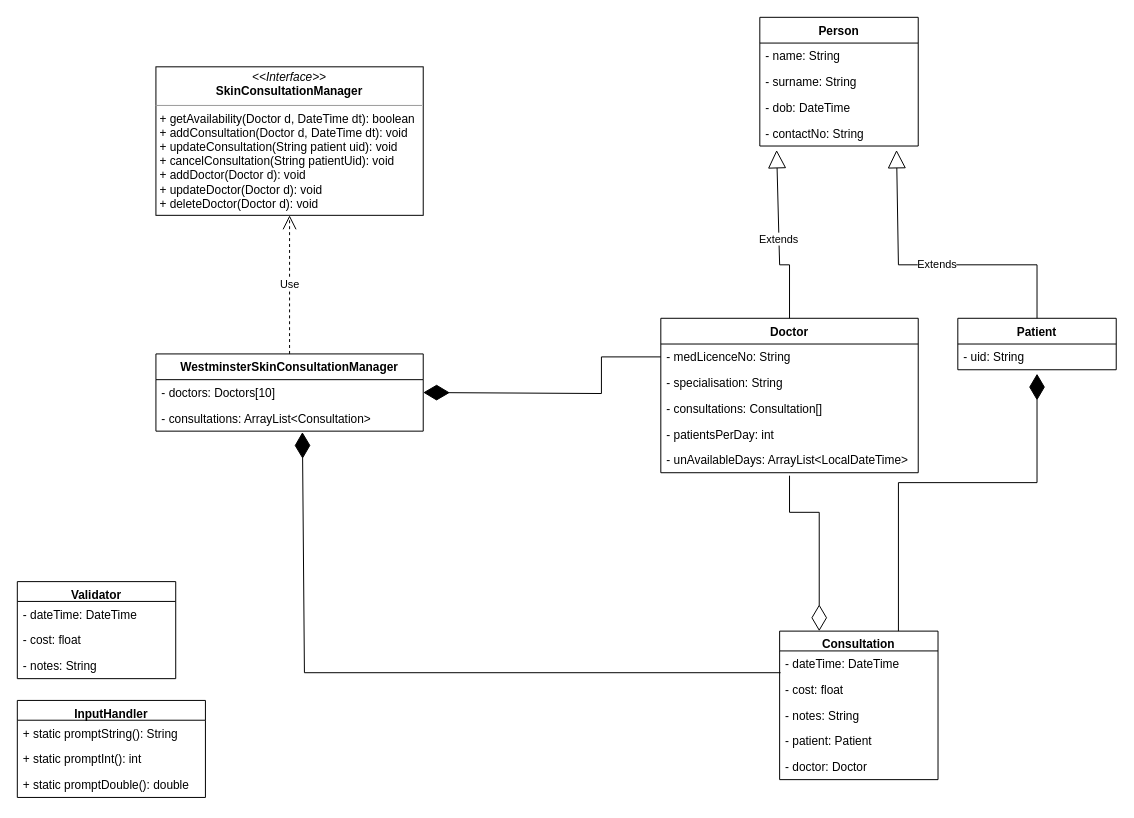
dovh-me/oop-consultationManager keeps this draw.io diagram as page "class diagram" (1 of 3) of design/Untitled Diagram.drawio. Above is the earlier version. Source tidied: cells renumbered, new cells numbered last; positions are measured from the earlier drawing's top-left corner, leaving out a move shared by most shapes. Both pictures are drawn from the tidied source at 99%, with x=0, y=0 at pixel (17, 17).
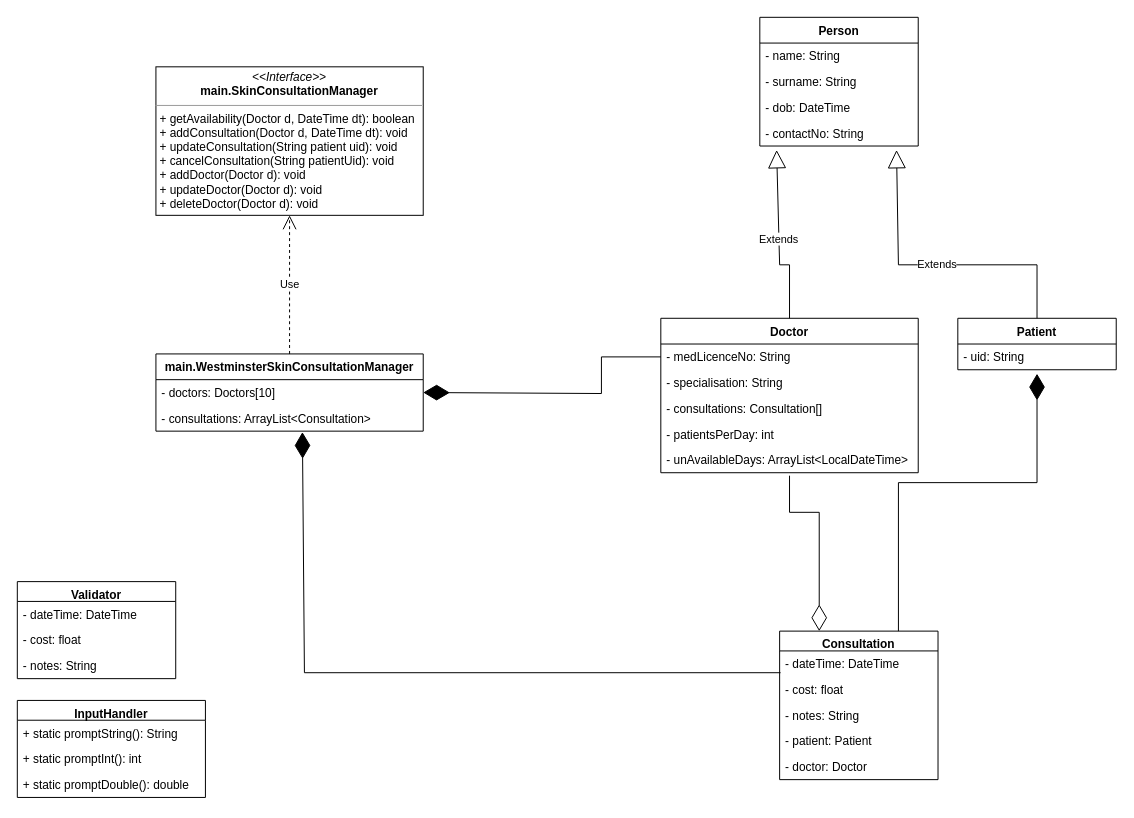
The same page after the edit.

The edit, as a diff of the source:
```diff
@@
-    <mxCell id="21" value="WestminsterSkinConsultationManager" style="swimlane;fontStyle=1;horizontal=1;startSize=26;fillColor=none;" parent="1" vertex="1">
+    <mxCell id="21" value="main.WestminsterSkinConsultationManager" style="swimlane;fontStyle=1;horizontal=1;startSize=26;fillColor=none;" parent="1" vertex="1">
       <mxGeometry x="140" y="340" width="270" height="78" as="geometry" />
     </mxCell>
@@
-    <mxCell id="24" value="&lt;p style=&quot;margin:0px;margin-top:4px;text-align:center;&quot;&gt;&lt;i&gt;&amp;lt;&amp;lt;Interface&amp;gt;&amp;gt;&lt;/i&gt;&lt;br&gt;&lt;b&gt;SkinConsultationManager&lt;/b&gt;&lt;/p&gt;&lt;hr size=&quot;1&quot;&gt;&lt;p style=&quot;margin:0px;margin-left:4px;&quot;&gt;+ getAvailability(Doctor d, DateTime dt): boolean&lt;/p&gt;&lt;p style=&quot;margin:0px;margin-left:4px;&quot;&gt;+ addConsultation(Doctor d, DateTime dt): void&lt;/p&gt;&lt;p style=&quot;margin:0px;margin-left:4px;&quot;&gt;+ updateConsultation(String patient uid): void&lt;/p&gt;&lt;p style=&quot;margin:0px;margin-left:4px;&quot;&gt;+ cancelConsultation(String patientUid): void&lt;/p&gt;&lt;p style=&quot;margin:0px;margin-left:4px;&quot;&gt;+ addDoctor(Doctor d): void&lt;/p&gt;&lt;p style=&quot;margin:0px;margin-left:4px;&quot;&gt;+ updateDoctor(Doctor d): void&lt;/p&gt;&lt;p style=&quot;margin:0px;margin-left:4px;&quot;&gt;+ deleteDoctor(Doctor d): void&lt;/p&gt;&lt;p style=&quot;margin:0px;margin-left:4px;&quot;&gt;&lt;br&gt;&lt;/p&gt;" style="verticalAlign=top;align=left;overflow=fill;fontSize=12;fontFamily=Helvetica;html=1;" parent="1" vertex="1">
+    <mxCell id="24" value="&lt;p style=&quot;margin:0px;margin-top:4px;text-align:center;&quot;&gt;&lt;i&gt;&amp;lt;&amp;lt;Interface&amp;gt;&amp;gt;&lt;/i&gt;&lt;br&gt;&lt;b&gt;main.SkinConsultationManager&lt;/b&gt;&lt;/p&gt;&lt;hr size=&quot;1&quot;&gt;&lt;p style=&quot;margin:0px;margin-left:4px;&quot;&gt;+ getAvailability(Doctor d, DateTime dt): boolean&lt;/p&gt;&lt;p style=&quot;margin:0px;margin-left:4px;&quot;&gt;+ addConsultation(Doctor d, DateTime dt): void&lt;/p&gt;&lt;p style=&quot;margin:0px;margin-left:4px;&quot;&gt;+ updateConsultation(String patient uid): void&lt;/p&gt;&lt;p style=&quot;margin:0px;margin-left:4px;&quot;&gt;+ cancelConsultation(String patientUid): void&lt;/p&gt;&lt;p style=&quot;margin:0px;margin-left:4px;&quot;&gt;+ addDoctor(Doctor d): void&lt;/p&gt;&lt;p style=&quot;margin:0px;margin-left:4px;&quot;&gt;+ updateDoctor(Doctor d): void&lt;/p&gt;&lt;p style=&quot;margin:0px;margin-left:4px;&quot;&gt;+ deleteDoctor(Doctor d): void&lt;/p&gt;&lt;p style=&quot;margin:0px;margin-left:4px;&quot;&gt;&lt;br&gt;&lt;/p&gt;" style="verticalAlign=top;align=left;overflow=fill;fontSize=12;fontFamily=Helvetica;html=1;" parent="1" vertex="1">
       <mxGeometry x="140" y="50" width="270" height="150" as="geometry" />
     </mxCell>
```
